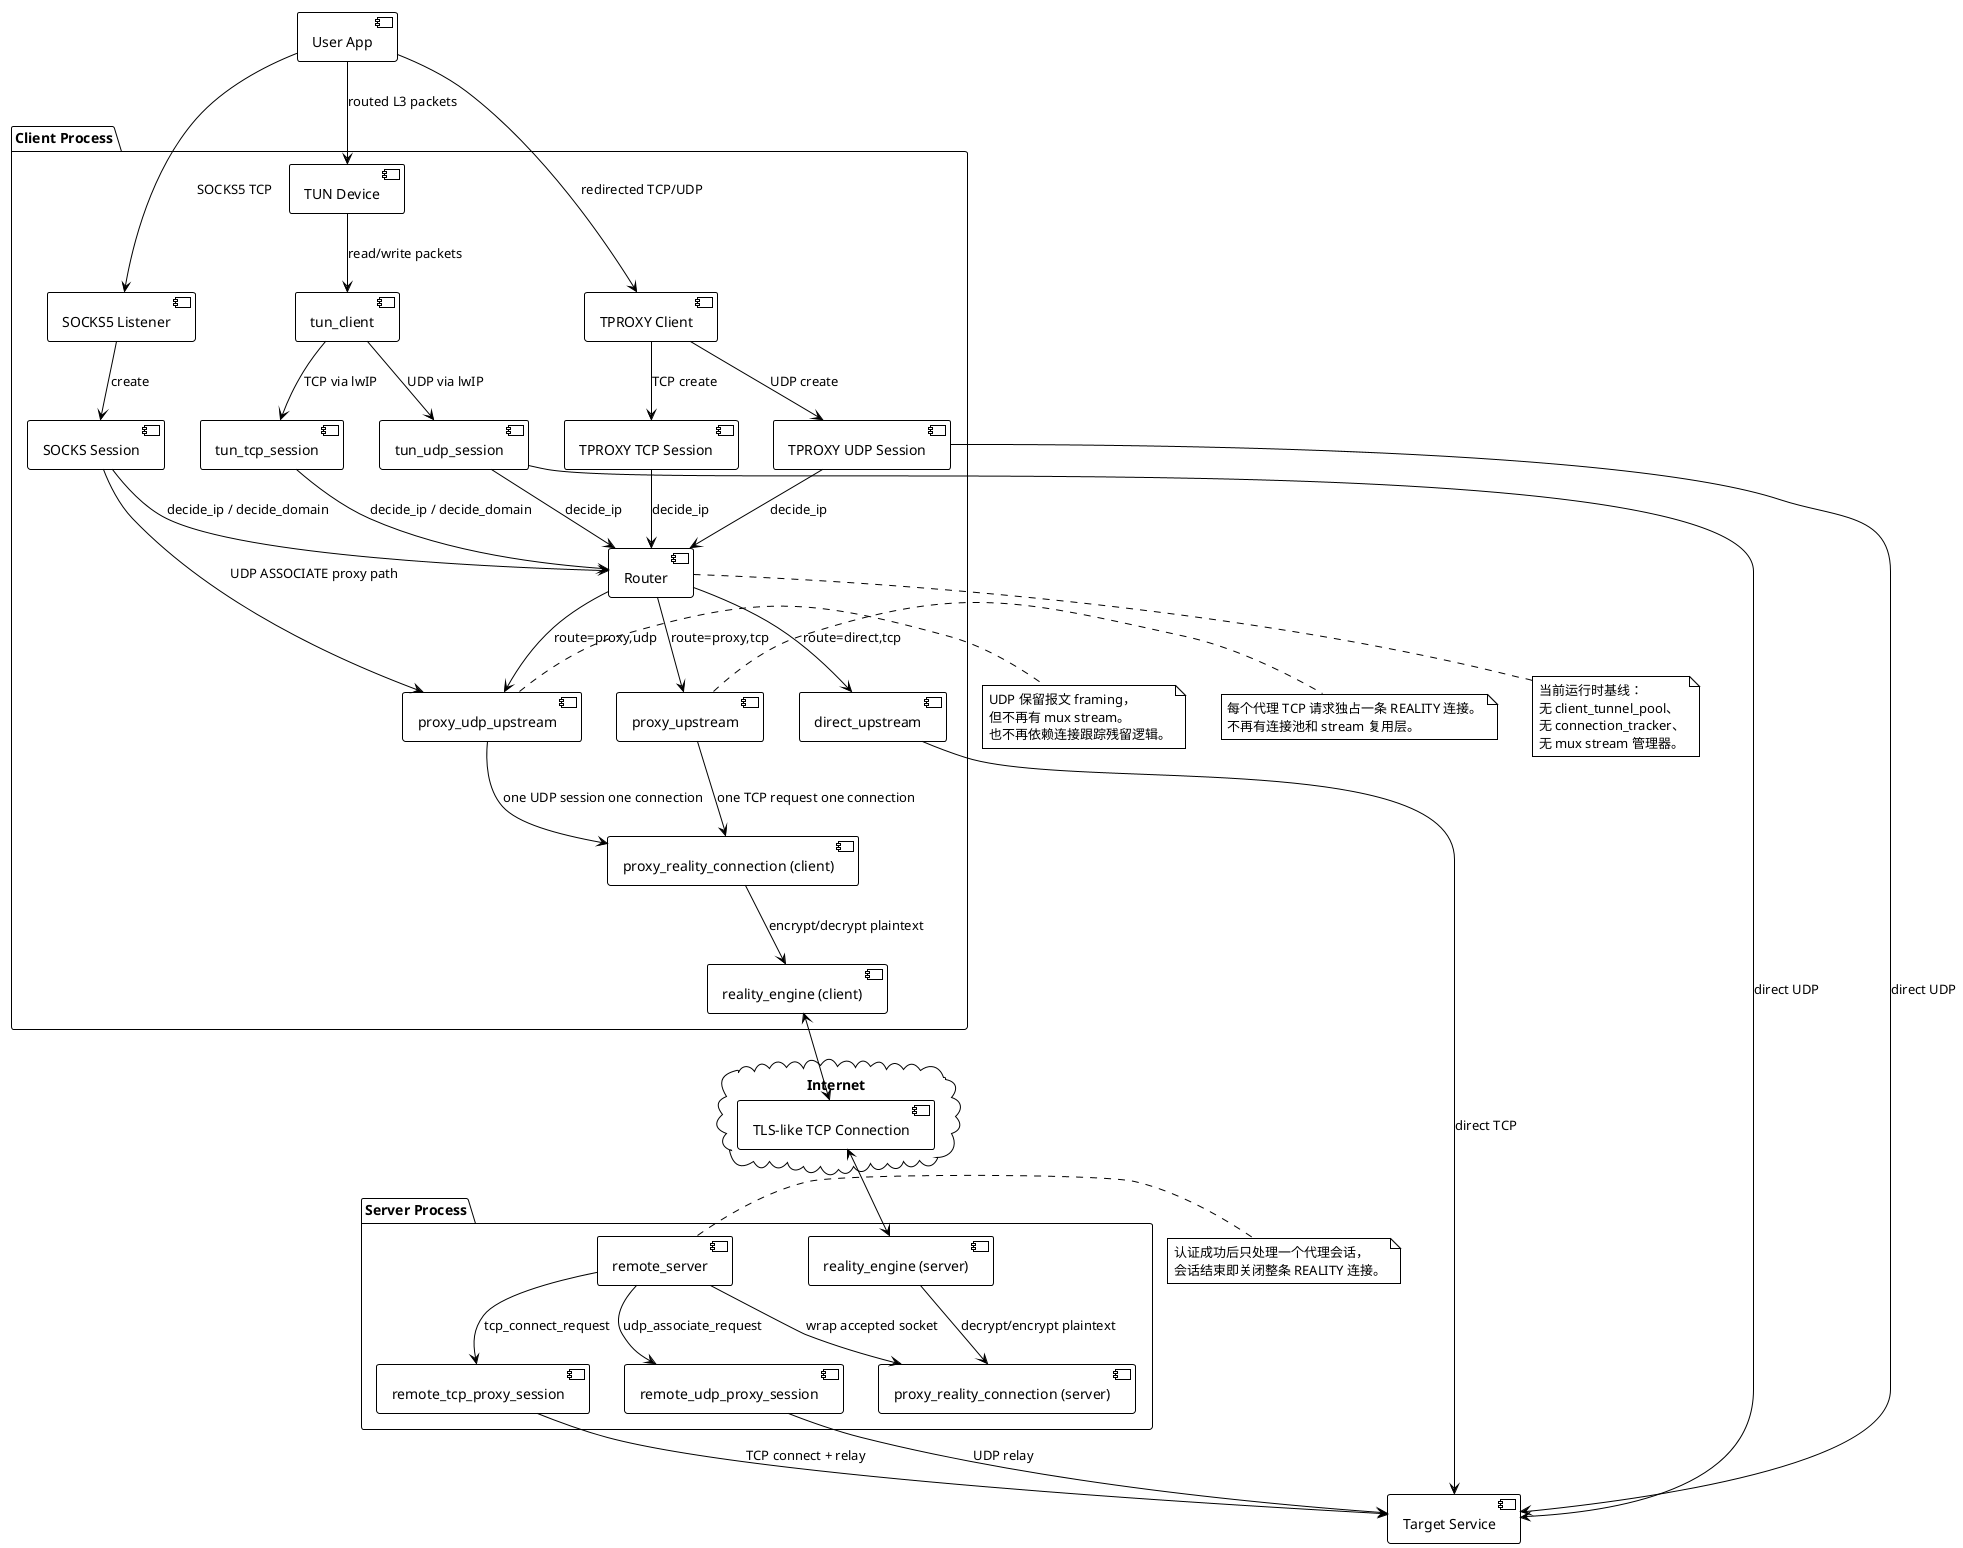
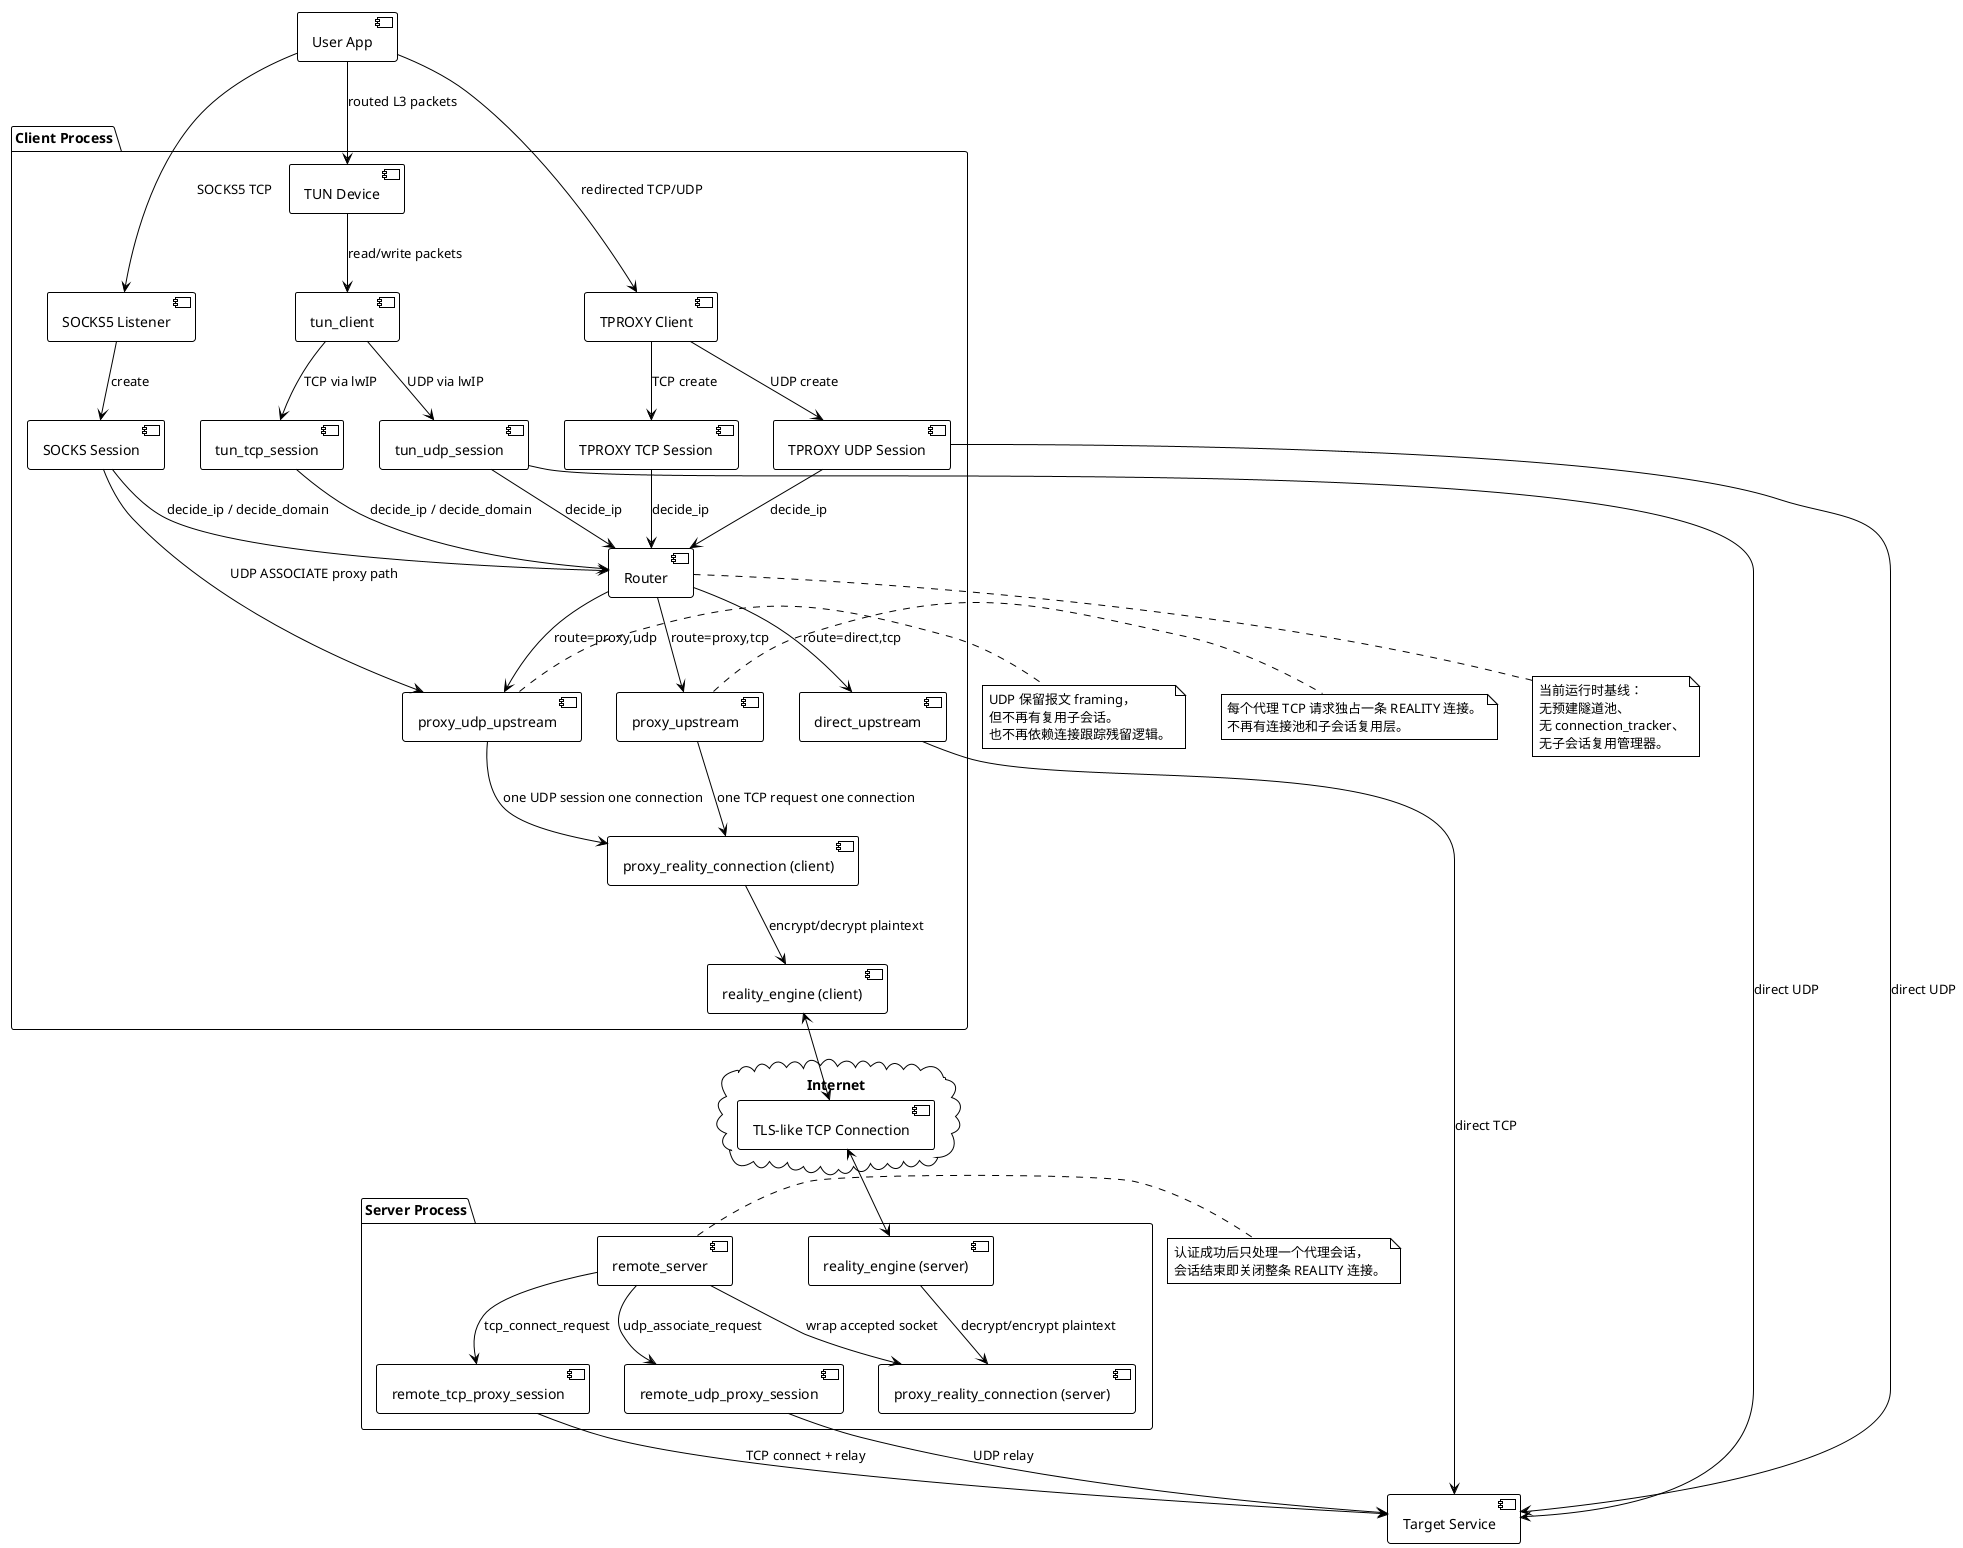
@startuml
!theme plain
skinparam componentStyle uml2

package "Client Process" {
    [SOCKS5 Listener] as SocksListener
    [SOCKS Session] as SocksSession
    [TPROXY Client] as TproxyClient
    [TPROXY TCP Session] as TproxyTcpSession
    [TPROXY UDP Session] as TproxyUdpSession
    [TUN Device] as TunDevice
    [tun_client] as TunClient
    [tun_tcp_session] as TunTcpSession
    [tun_udp_session] as TunUdpSession

    [Router] as Router
    [direct_upstream] as DirectUpstream
    [proxy_upstream] as ProxyUpstream
    [proxy_udp_upstream] as ProxyUdpUpstream

    [proxy_reality_connection (client)] as ClientConn
    [reality_engine (client)] as ClientReality
}

cloud "Internet" {
    [TLS-like TCP Connection] as Network
}

package "Server Process" {
    [remote_server] as RemoteServer
    [proxy_reality_connection (server)] as ServerConn
    [reality_engine (server)] as ServerReality
    [remote_tcp_proxy_session] as RemoteTcp
    [remote_udp_proxy_session] as RemoteUdp
}

[User App] as App
[Target Service] as Target

App --> SocksListener : SOCKS5 TCP
SocksListener --> SocksSession : create

App --> TproxyClient : redirected TCP/UDP
TproxyClient --> TproxyTcpSession : TCP create
TproxyClient --> TproxyUdpSession : UDP create

App --> TunDevice : routed L3 packets
TunDevice --> TunClient : read/write packets
TunClient --> TunTcpSession : TCP via lwIP
TunClient --> TunUdpSession : UDP via lwIP

SocksSession --> Router : decide_ip / decide_domain
TproxyTcpSession --> Router : decide_ip
TproxyUdpSession --> Router : decide_ip
TunTcpSession --> Router : decide_ip / decide_domain
TunUdpSession --> Router : decide_ip

Router --> DirectUpstream : route=direct,tcp
Router --> ProxyUpstream : route=proxy,tcp
Router --> ProxyUdpUpstream : route=proxy,udp

DirectUpstream --> Target : direct TCP
SocksSession --> ProxyUdpUpstream : UDP ASSOCIATE proxy path
TproxyUdpSession --> Target : direct UDP
TunUdpSession --> Target : direct UDP

ProxyUpstream --> ClientConn : one TCP request one connection
ProxyUdpUpstream --> ClientConn : one UDP session one connection
ClientConn --> ClientReality : encrypt/decrypt plaintext
ClientReality <--> Network
Network <--> ServerReality
ServerReality --> ServerConn : decrypt/encrypt plaintext

RemoteServer --> ServerConn : wrap accepted socket
RemoteServer --> RemoteTcp : tcp_connect_request
RemoteServer --> RemoteUdp : udp_associate_request
RemoteTcp --> Target : TCP connect + relay
RemoteUdp --> Target : UDP relay

note right of ProxyUpstream
  每个代理 TCP 请求独占一条 REALITY 连接。
-   不再有连接池和 stream 复用层。
+   不再有连接池和子会话复用层。
end note

note right of ProxyUdpUpstream
  UDP 保留报文 framing，
-   但不再有 mux stream。
+   但不再有复用子会话。
  也不再依赖连接跟踪残留逻辑。
end note

note right of RemoteServer
  认证成功后只处理一个代理会话，
  会话结束即关闭整条 REALITY 连接。
end note

note bottom of Router
  当前运行时基线：
-   无 client_tunnel_pool、
+   无预建隧道池、
  无 connection_tracker、
-   无 mux stream 管理器。
+   无子会话复用管理器。
end note

@enduml
